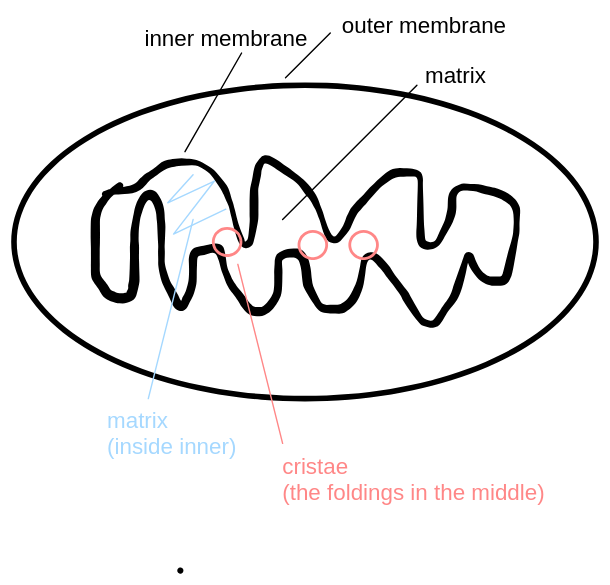
Above: content/assets/mitochondrion 2025-02-18 10.36.22.excalidraw.svg in starlitriver/starlitriver.github.io (Excalidraw), before the change. Source tidied: one line per element, renumbered; positions are measured from the earlier drawing's top-left corner, leaving out a move shared by most shapes. Its diagram source:
```json
{"id": 0, "type": "ellipse", "strokeColor": "#000000", "strokeWidth": 4, "roughness": 0, "x": 0, "y": 51, "width": 416, "height": 224}
{"id": 1, "type": "freedraw", "strokeColor": "#000000", "strokeWidth": 1, "roughness": 0, "x": 76, "y": 122, "width": 301, "height": 119, "points": [[0, 0], [-17, 34], [-13, 71], [4, 80], [10, 70], [15, 12], [30, 47], [43, 87], [57, 47], [91, 86], [114, 51], [134, 64], [166, 83], [200, 73], [241, 75], [262, 67], [284, 18], [238, 9], [215, 36], [192, -7], [148, 36], [116, -13], [96, 14], [66, -10], [16, -2]]}
{"id": 2, "type": "freedraw", "strokeColor": "#000000", "strokeWidth": 1, "roughness": 0, "x": 119, "y": 398, "width": 0, "height": 0, "points": [[0, 0], [0, 0]]}
{"id": 3, "type": "line", "strokeColor": "#000000", "strokeWidth": 1, "roughness": 0, "x": 194, "y": 45, "width": 32, "height": 32, "points": [[0, 0], [32, -32]]}
{"id": 4, "type": "text", "text": "outer membrane", "strokeColor": "#000000", "strokeWidth": 1, "roughness": 0, "fontSize": 16, "fontFamily": 2, "x": 234, "y": 0, "width": 117, "height": 18}
{"id": 5, "type": "line", "strokeColor": "#000000", "strokeWidth": 1, "roughness": 0, "x": 192, "y": 147, "width": 96, "height": 96, "points": [[0, 0], [96, -96]]}
{"id": 6, "type": "text", "text": "matrix", "strokeColor": "#000000", "strokeWidth": 1, "roughness": 0, "fontSize": 16, "fontFamily": 2, "x": 294, "y": 35, "width": 44, "height": 18}
{"id": 7, "type": "line", "strokeColor": "#000000", "strokeWidth": 1, "roughness": 0, "x": 163, "y": 28, "width": 40, "height": 71, "points": [[0, 0], [-40, 71]]}
{"id": 8, "type": "text", "text": "inner membrane", "strokeColor": "#000000", "strokeWidth": 0.5, "roughness": 0, "fontSize": 16, "fontFamily": 2, "x": 93, "y": 9, "width": 117, "height": 18}
{"id": 9, "type": "ellipse", "strokeColor": "#ff8787", "strokeWidth": 2, "roughness": 0, "x": 142, "y": 153, "width": 20, "height": 19}
{"id": 10, "type": "ellipse", "strokeColor": "#ff8787", "strokeWidth": 2, "roughness": 0, "x": 204, "y": 155, "width": 20, "height": 19}
{"id": 11, "type": "ellipse", "strokeColor": "#ff8787", "strokeWidth": 2, "roughness": 0, "x": 240, "y": 155, "width": 20, "height": 19}
{"id": 12, "type": "line", "strokeColor": "#ff8787", "strokeWidth": 1, "roughness": 0, "x": 160, "y": 179, "width": 32, "height": 128, "points": [[0, 0], [32, 128]]}
{"id": 13, "type": "text", "text": "cristae\n(the foldings in the middle)", "strokeColor": "#ff8787", "strokeWidth": 1, "roughness": 0, "fontSize": 16, "fontFamily": 2, "x": 192, "y": 315, "width": 188, "height": 37}
{"id": 14, "type": "line", "strokeColor": "#a5d8ff", "backgroundColor": "#a5d8ff", "fillStyle": "solid", "strokeWidth": 1, "roughness": 0, "x": 128, "y": 115, "width": 41, "height": 42, "points": [[0, 0], [-18, 20], [15, 4], [-14, 42], [23, 25]]}
{"id": 15, "type": "line", "strokeColor": "#a5d8ff", "backgroundColor": "#a5d8ff", "fillStyle": "solid", "strokeWidth": 1, "roughness": 0, "x": 128, "y": 147, "width": 32, "height": 128, "points": [[0, 0], [-32, 128]]}
{"id": 16, "type": "text", "text": "matrix\n(inside inner)", "strokeColor": "#a5d8ff", "backgroundColor": "#a5d8ff", "fillStyle": "solid", "strokeWidth": 1, "roughness": 0, "fontSize": 16, "fontFamily": 2, "x": 67, "y": 282, "width": 92, "height": 37}
```
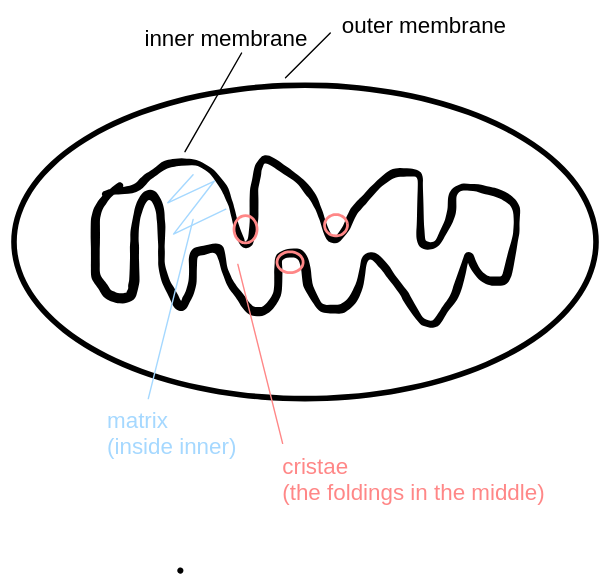
Above is the later version.

What changed in the source:
```diff
@@ -3,13 +3,11 @@
 {"id": 2, "type": "freedraw", "strokeColor": "#000000", "strokeWidth": 1, "roughness": 0, "x": 119, "y": 398, "width": 0, "height": 0, "points": [[0, 0], [0, 0]]}
 {"id": 3, "type": "line", "strokeColor": "#000000", "strokeWidth": 1, "roughness": 0, "x": 194, "y": 45, "width": 32, "height": 32, "points": [[0, 0], [32, -32]]}
 {"id": 4, "type": "text", "text": "outer membrane", "strokeColor": "#000000", "strokeWidth": 1, "roughness": 0, "fontSize": 16, "fontFamily": 2, "x": 234, "y": 0, "width": 117, "height": 18}
-{"id": 5, "type": "line", "strokeColor": "#000000", "strokeWidth": 1, "roughness": 0, "x": 192, "y": 147, "width": 96, "height": 96, "points": [[0, 0], [96, -96]]}
-{"id": 6, "type": "text", "text": "matrix", "strokeColor": "#000000", "strokeWidth": 1, "roughness": 0, "fontSize": 16, "fontFamily": 2, "x": 294, "y": 35, "width": 44, "height": 18}
 {"id": 7, "type": "line", "strokeColor": "#000000", "strokeWidth": 1, "roughness": 0, "x": 163, "y": 28, "width": 40, "height": 71, "points": [[0, 0], [-40, 71]]}
 {"id": 8, "type": "text", "text": "inner membrane", "strokeColor": "#000000", "strokeWidth": 0.5, "roughness": 0, "fontSize": 16, "fontFamily": 2, "x": 93, "y": 9, "width": 117, "height": 18}
-{"id": 9, "type": "ellipse", "strokeColor": "#ff8787", "strokeWidth": 2, "roughness": 0, "x": 142, "y": 153, "width": 20, "height": 19}
+{"id": 9, "type": "ellipse", "strokeColor": "#ff8787", "strokeWidth": 2, "roughness": 0, "x": 157, "y": 144, "width": 16, "height": 20}
-{"id": 10, "type": "ellipse", "strokeColor": "#ff8787", "strokeWidth": 2, "roughness": 0, "x": 204, "y": 155, "width": 20, "height": 19}
+{"id": 10, "type": "ellipse", "strokeColor": "#ff8787", "strokeWidth": 2, "roughness": 0, "x": 188, "y": 170, "width": 19, "height": 15}
-{"id": 11, "type": "ellipse", "strokeColor": "#ff8787", "strokeWidth": 2, "roughness": 0, "x": 240, "y": 155, "width": 20, "height": 19}
+{"id": 11, "type": "ellipse", "strokeColor": "#ff8787", "strokeWidth": 2, "roughness": 0, "x": 222, "y": 143, "width": 16, "height": 15}
 {"id": 12, "type": "line", "strokeColor": "#ff8787", "strokeWidth": 1, "roughness": 0, "x": 160, "y": 179, "width": 32, "height": 128, "points": [[0, 0], [32, 128]]}
 {"id": 13, "type": "text", "text": "cristae\n(the foldings in the middle)", "strokeColor": "#ff8787", "strokeWidth": 1, "roughness": 0, "fontSize": 16, "fontFamily": 2, "x": 192, "y": 315, "width": 188, "height": 37}
 {"id": 14, "type": "line", "strokeColor": "#a5d8ff", "backgroundColor": "#a5d8ff", "fillStyle": "solid", "strokeWidth": 1, "roughness": 0, "x": 128, "y": 115, "width": 41, "height": 42, "points": [[0, 0], [-18, 20], [15, 4], [-14, 42], [23, 25]]}
```
